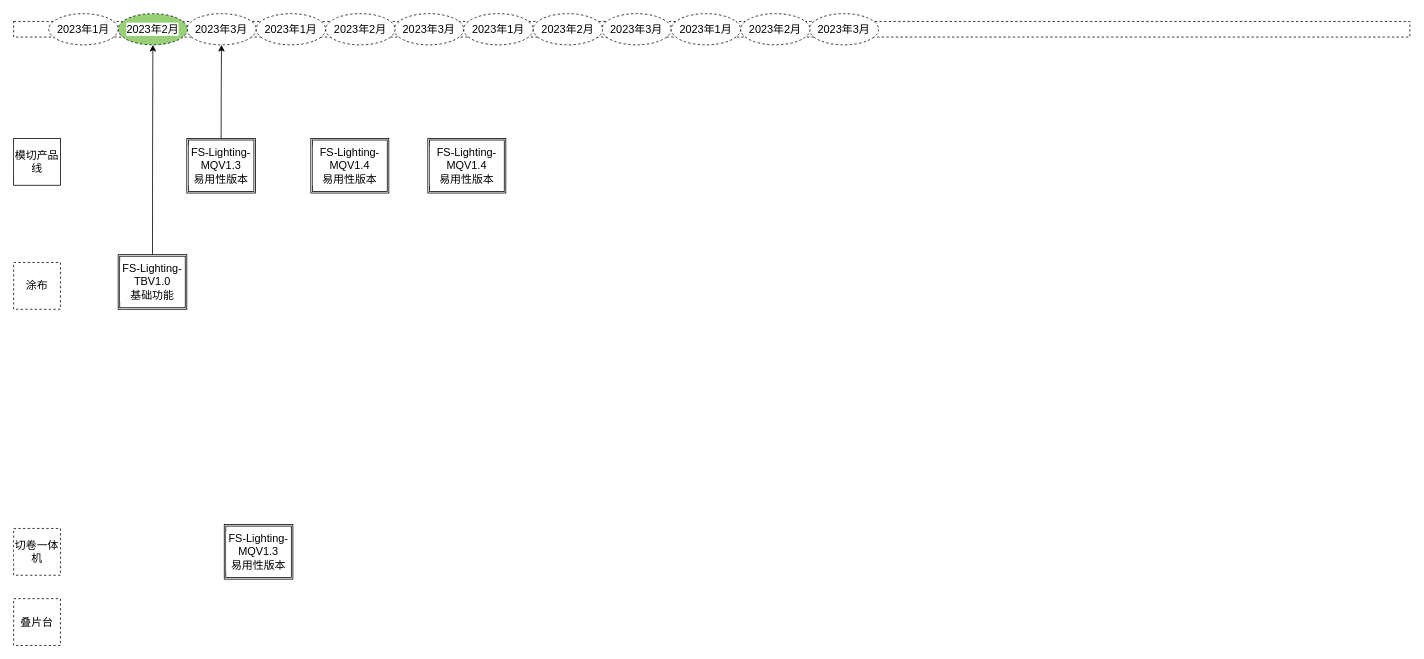
The draw.io diagram page "第 4 页" (4 of 5) of drawio/未命名绘图.drawio in Guyiguang/-DrawIO, before the edit. Source tidied: cells renumbered, new cells numbered last; positions are measured from the earlier drawing's top-left corner, leaving out a move shared by most shapes. Both pictures are drawn from the tidied source at 78%, with x=0, y=0 at pixel (13, 13).
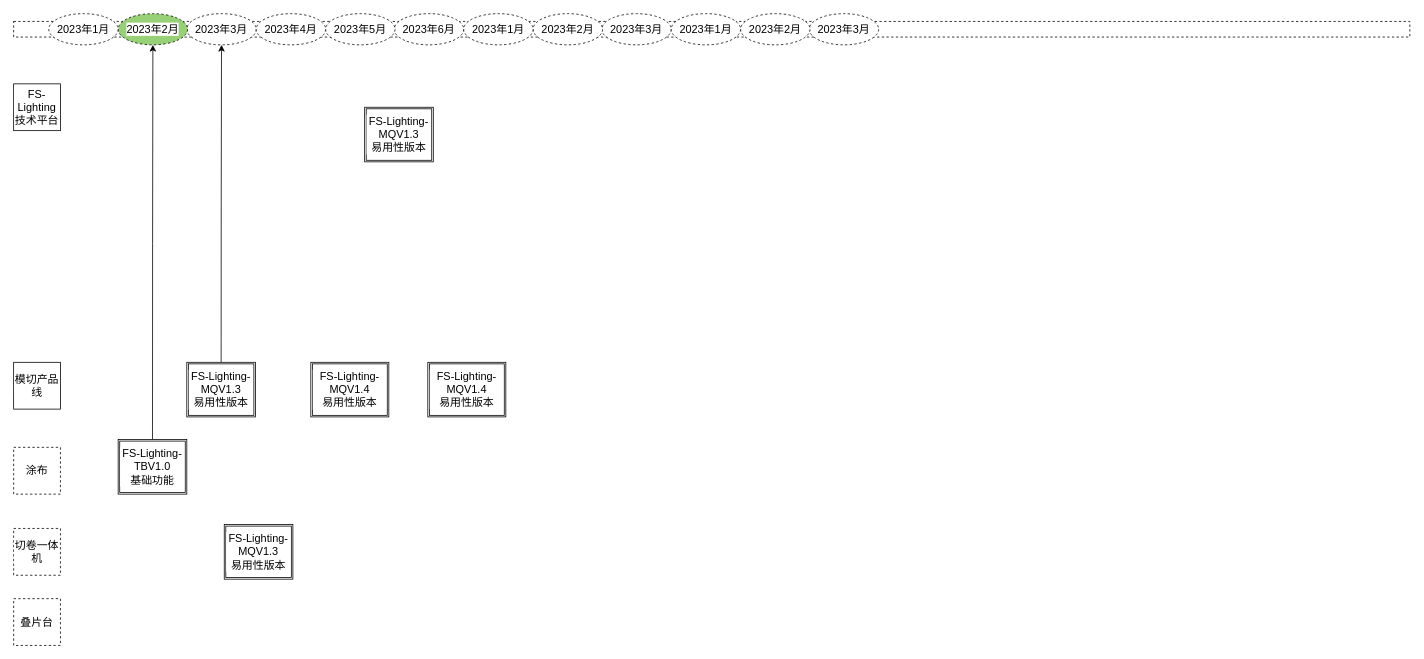
After the change.

Commit message:
更新未命名绘图.drawio

What changed in the source:
```diff
@@
     <mxCell id="3" value="模切产品线" style="whiteSpace=wrap;html=1;labelBackgroundColor=#FFFFFF;fontFamily=Helvetica;fontSize=14;fontColor=#000000;fillColor=#FFFFFF;" parent="1" vertex="1">
-      <mxGeometry y="160" width="60" height="60" as="geometry" />
+      <mxGeometry y="447" width="60" height="60" as="geometry" />
     </mxCell>
@@
     <mxCell id="5" value="FS-Lighting-MQV1.3&lt;br&gt;易用性版本" style="shape=ext;double=1;rounded=0;whiteSpace=wrap;html=1;labelBackgroundColor=#FFFFFF;fontFamily=Helvetica;fontSize=14;fontColor=#000000;fillColor=#FFFFFF;" parent="1" vertex="1">
-      <mxGeometry x="222" y="160" width="88" height="70" as="geometry" />
+      <mxGeometry x="222" y="447" width="88" height="70" as="geometry" />
     </mxCell>
@@
     <mxCell id="7" value="FS-Lighting-MQV1.4&lt;br&gt;易用性版本" style="shape=ext;double=1;rounded=0;whiteSpace=wrap;html=1;labelBackgroundColor=#FFFFFF;fontFamily=Helvetica;fontSize=14;fontColor=#000000;fillColor=#FFFFFF;" parent="1" vertex="1">
-      <mxGeometry x="381" y="160" width="100" height="70" as="geometry" />
+      <mxGeometry x="381" y="447" width="100" height="70" as="geometry" />
     </mxCell>
     <mxCell id="8" value="FS-Lighting-MQV1.4&lt;br&gt;易用性版本" style="shape=ext;double=1;rounded=0;whiteSpace=wrap;html=1;labelBackgroundColor=#FFFFFF;fontFamily=Helvetica;fontSize=14;fontColor=#000000;fillColor=#FFFFFF;" parent="1" vertex="1">
-      <mxGeometry x="531" y="160" width="100" height="70" as="geometry" />
+      <mxGeometry x="531" y="447" width="100" height="70" as="geometry" />
     </mxCell>
@@
     <mxCell id="11" value="涂布" style="whiteSpace=wrap;html=1;dashed=1;labelBackgroundColor=#FFFFFF;fontFamily=Helvetica;fontSize=14;fontColor=#000000;fillColor=#FFFFFF;" parent="1" vertex="1">
-      <mxGeometry y="319" width="60" height="60" as="geometry" />
+      <mxGeometry y="556" width="60" height="60" as="geometry" />
     </mxCell>
@@
     <mxCell id="14" value="FS-Lighting-TBV1.0&lt;br&gt;基础功能" style="shape=ext;double=1;rounded=0;whiteSpace=wrap;html=1;labelBackgroundColor=#FFFFFF;fontFamily=Helvetica;fontSize=14;fontColor=#000000;fillColor=#FFFFFF;" parent="1" vertex="1">
-      <mxGeometry x="134" y="309" width="88" height="70" as="geometry" />
+      <mxGeometry x="134" y="546" width="88" height="70" as="geometry" />
     </mxCell>
@@
-    <mxCell id="17" value="2023年3月" style="ellipse;whiteSpace=wrap;html=1;dashed=1;labelBackgroundColor=#FFFFFF;fontFamily=Helvetica;fontSize=14;fontColor=#000000;fillColor=#FFFFFF;" parent="1" vertex="1">
+    <mxCell id="17" value="2023年6月" style="ellipse;whiteSpace=wrap;html=1;dashed=1;labelBackgroundColor=#FFFFFF;fontFamily=Helvetica;fontSize=14;fontColor=#000000;fillColor=#FFFFFF;" parent="1" vertex="1">
       <mxGeometry x="488" width="89" height="40" as="geometry" />
     </mxCell>
-    <mxCell id="18" value="2023年2月" style="ellipse;whiteSpace=wrap;html=1;dashed=1;labelBackgroundColor=#FFFFFF;fontFamily=Helvetica;fontSize=14;fontColor=#000000;fillColor=#FFFFFF;" parent="1" vertex="1">
+    <mxCell id="18" value="2023年5月" style="ellipse;whiteSpace=wrap;html=1;dashed=1;labelBackgroundColor=#FFFFFF;fontFamily=Helvetica;fontSize=14;fontColor=#000000;fillColor=#FFFFFF;" parent="1" vertex="1">
       <mxGeometry x="400" width="89" height="40" as="geometry" />
     </mxCell>
-    <mxCell id="19" value="2023年1月" style="ellipse;whiteSpace=wrap;html=1;dashed=1;labelBackgroundColor=#FFFFFF;fontFamily=Helvetica;fontSize=14;fontColor=#000000;fillColor=#FFFFFF;" parent="1" vertex="1">
+    <mxCell id="19" value="2023年4月" style="ellipse;whiteSpace=wrap;html=1;dashed=1;labelBackgroundColor=#FFFFFF;fontFamily=Helvetica;fontSize=14;fontColor=#000000;fillColor=#FFFFFF;" parent="1" vertex="1">
       <mxGeometry x="311" width="89" height="40" as="geometry" />
     </mxCell>
@@
+    <mxCell id="26" value="FS-Lighting技术平台" style="whiteSpace=wrap;html=1;labelBackgroundColor=#FFFFFF;fontFamily=Helvetica;fontSize=14;fontColor=#000000;fillColor=#FFFFFF;" parent="1" vertex="1">
+      <mxGeometry y="90" width="60" height="60" as="geometry" />
+    </mxCell>
+    <mxCell id="27" value="FS-Lighting-MQV1.3&lt;br&gt;易用性版本" style="shape=ext;double=1;rounded=0;whiteSpace=wrap;html=1;labelBackgroundColor=#FFFFFF;fontFamily=Helvetica;fontSize=14;fontColor=#000000;fillColor=#FFFFFF;" parent="1" vertex="1">
+      <mxGeometry x="450" y="120" width="88" height="70" as="geometry" />
+    </mxCell>
```
